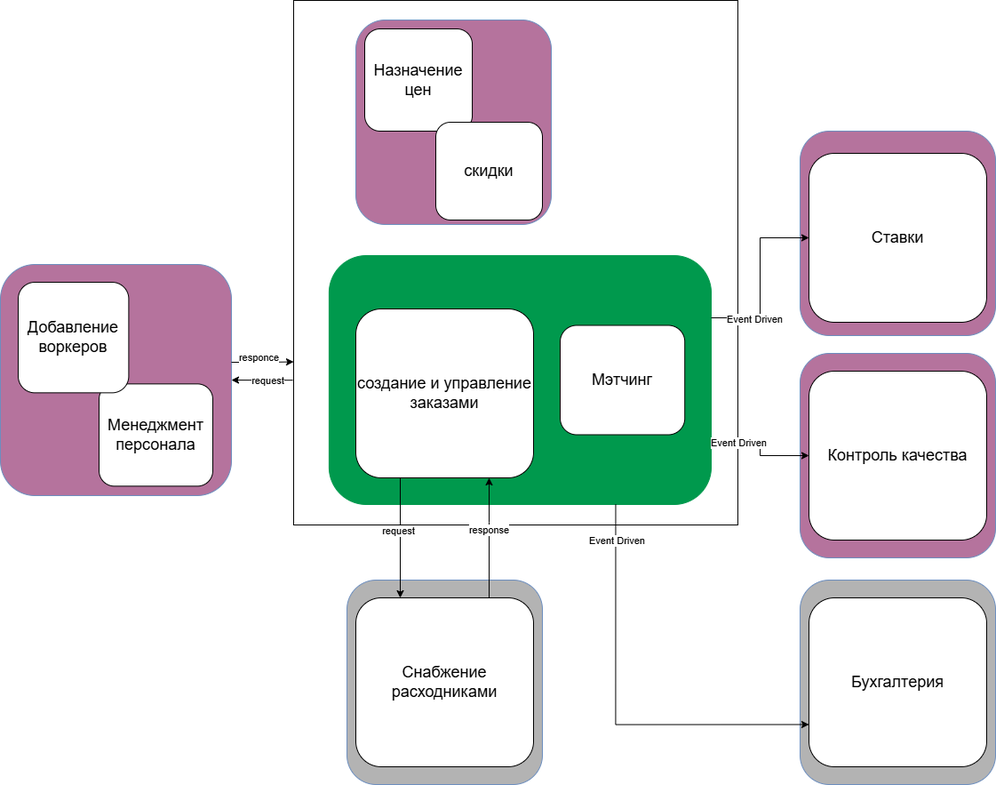
AATarasova/system-analyze keeps this draw.io diagram as homework_4/attachments/hw-0.png. Above is the earlier version. Source tidied: cells renumbered, new cells last; positions are measured from the earlier drawing's top-left corner, leaving out a move shared by most shapes.
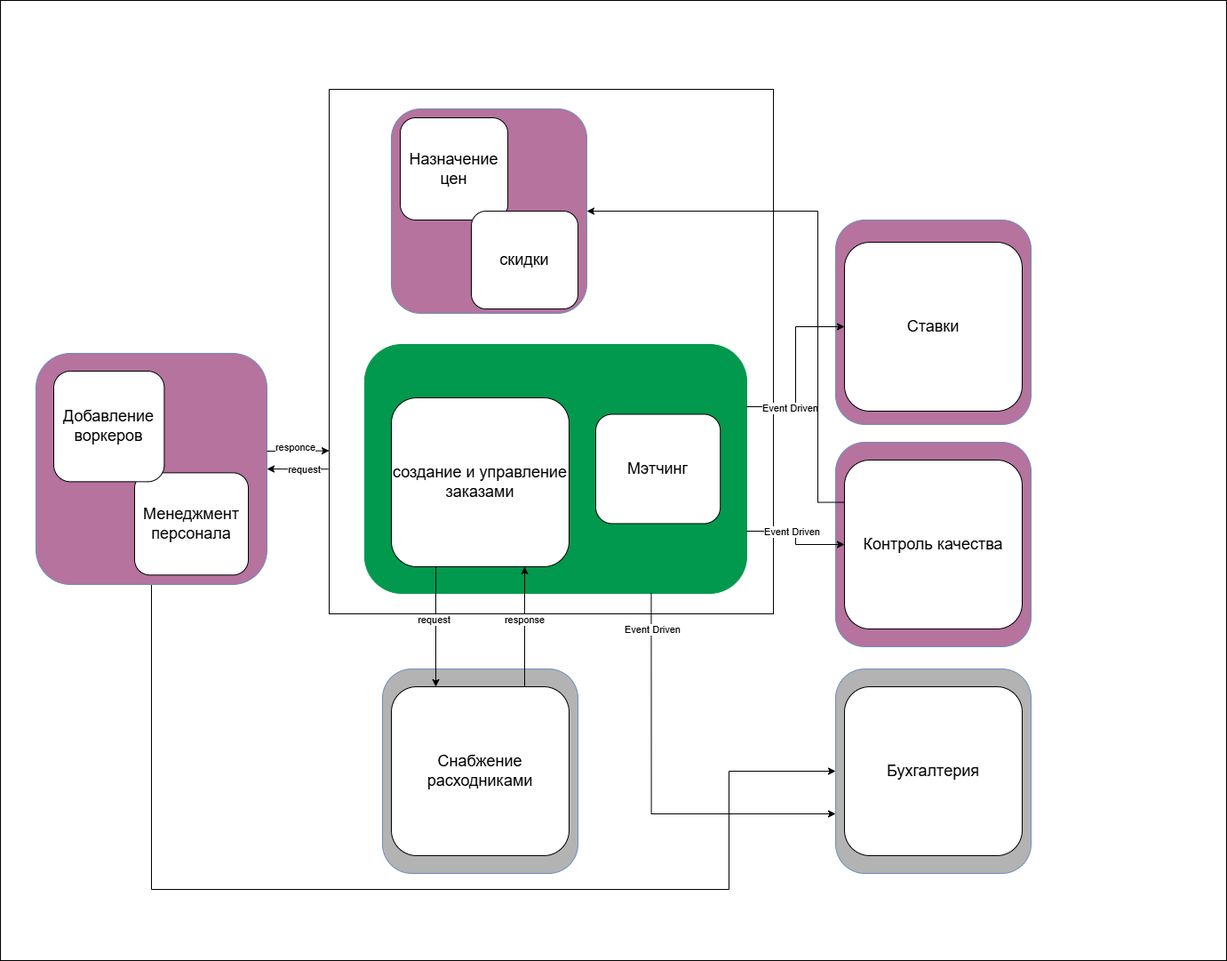
The same diagram one commit later.

What changed in the source:
```diff
@@ -2,118 +2,139 @@
   <root>
     <mxCell id="0" />
     <mxCell id="1" parent="0" />
-    <mxCell id="2" style="edgeStyle=orthogonalEdgeStyle;rounded=0;jettySize=auto;html=1;exitX=-0.002;exitY=0.724;exitDx=0;exitDy=0;exitPerimeter=0;" parent="1" edge="1" source="4" target="5">
-      <mxGeometry relative="1" as="geometry" />
+    <mxCell id="2" style="rounded=0;whiteSpace=wrap;html=1;" parent="1" vertex="1">
+      <mxGeometry x="-1730" y="1147" width="1380" height="1080" as="geometry" />
     </mxCell>
-    <mxCell id="3" value="request" style="edgeLabel;html=1;align=center;verticalAlign=middle;" parent="2" vertex="1">
-      <mxGeometry x="0.11" y="1" relative="1" as="geometry">
-        <mxPoint x="10" y="-1" as="offset" />
-      </mxGeometry>
+    <mxCell id="3" style="edgeStyle=orthogonalEdgeStyle;rounded=0;jettySize=auto;html=1;exitX=-0.002;exitY=0.724;exitDx=0;exitDy=0;exitPerimeter=0;" parent="1" edge="1" source="5" target="7">
+      <mxGeometry relative="1" as="geometry" />
     </mxCell>
-    <mxCell id="4" style="rounded=0;whiteSpace=wrap;html=1;" parent="1" vertex="1">
-      <mxGeometry x="330" width="500" height="590" as="geometry" />
+    <mxCell id="4" value="request" style="edgeLabel;html=1;align=center;verticalAlign=middle;points=[];" parent="3" vertex="1">
+      <mxGeometry x="0.11" y="1" relative="1" as="geometry">
+        <mxPoint x="10" y="-1" as="offset" />
+      </mxGeometry>
     </mxCell>
-    <mxCell id="5" style="rounded=1;whiteSpace=wrap;html=1;fillColor=#B5739D;strokeColor=#6c8ebf;" parent="1" vertex="1">
-      <mxGeometry y="297" width="260" height="260" as="geometry" />
+    <mxCell id="5" style="rounded=0;whiteSpace=wrap;html=1;" parent="1" vertex="1">
+      <mxGeometry x="-1360" y="1247" width="500" height="590" as="geometry" />
     </mxCell>
-    <mxCell id="6" style="rounded=1;whiteSpace=wrap;html=1;fillColor=#B5739D;strokeColor=#6c8ebf;" parent="1" vertex="1">
-      <mxGeometry x="900" y="397" width="220" height="230" as="geometry" />
+    <mxCell id="6" style="edgeStyle=orthogonalEdgeStyle;rounded=0;jettySize=auto;html=1;entryX=0;entryY=0.5;entryDx=0;entryDy=0;" parent="1" edge="1" source="7" target="11">
+      <mxGeometry relative="1" as="geometry">
+        <Array as="points">
+          <mxPoint x="-1560" y="2147" />
+          <mxPoint x="-910" y="2147" />
+          <mxPoint x="-910" y="2014" />
+        </Array>
+      </mxGeometry>
     </mxCell>
     <mxCell id="7" style="rounded=1;whiteSpace=wrap;html=1;fillColor=#B5739D;strokeColor=#6c8ebf;" parent="1" vertex="1">
-      <mxGeometry x="900" y="147" width="220" height="230" as="geometry" />
+      <mxGeometry x="-1690" y="1544" width="260" height="260" as="geometry" />
     </mxCell>
-    <mxCell id="8" style="rounded=1;whiteSpace=wrap;html=1;fillColor=#B3B3B3;strokeColor=#6c8ebf;" parent="1" vertex="1">
-      <mxGeometry x="390" y="652" width="220" height="230" as="geometry" />
+    <mxCell id="8" style="rounded=1;whiteSpace=wrap;html=1;fillColor=#B5739D;strokeColor=#6c8ebf;" parent="1" vertex="1">
+      <mxGeometry x="-790" y="1644" width="220" height="230" as="geometry" />
     </mxCell>
-    <mxCell id="9" style="rounded=1;whiteSpace=wrap;html=1;fillColor=#B3B3B3;strokeColor=#6c8ebf;" parent="1" vertex="1">
-      <mxGeometry x="900" y="652" width="220" height="230" as="geometry" />
+    <mxCell id="9" style="rounded=1;whiteSpace=wrap;html=1;fillColor=#B5739D;strokeColor=#6c8ebf;" parent="1" vertex="1">
+      <mxGeometry x="-790" y="1394" width="220" height="230" as="geometry" />
     </mxCell>
-    <mxCell id="10" style="rounded=1;whiteSpace=wrap;html=1;fillColor=#00994D;strokeColor=#00994D;labelBackgroundColor=none;" parent="1" vertex="1">
-      <mxGeometry x="369.9" y="287" width="430.1" height="280" as="geometry" />
+    <mxCell id="10" style="rounded=1;whiteSpace=wrap;html=1;fillColor=#B3B3B3;strokeColor=#6c8ebf;" parent="1" vertex="1">
+      <mxGeometry x="-1300" y="1899" width="220" height="230" as="geometry" />
     </mxCell>
-    <mxCell id="11" style="edgeStyle=orthogonalEdgeStyle;rounded=0;jettySize=auto;html=1;entryX=0;entryY=0.689;entryDx=0;entryDy=0;exitX=1;exitY=0.423;exitDx=0;exitDy=0;exitPerimeter=0;entryPerimeter=0;" parent="1" edge="1" source="5" target="4">
-      <mxGeometry relative="1" as="geometry" />
+    <mxCell id="11" style="rounded=1;whiteSpace=wrap;html=1;fillColor=#B3B3B3;strokeColor=#6c8ebf;" parent="1" vertex="1">
+      <mxGeometry x="-790" y="1899" width="220" height="230" as="geometry" />
     </mxCell>
-    <mxCell id="12" value="responce" style="edgeLabel;html=1;align=center;verticalAlign=middle;points=[];" parent="11" vertex="1">
-      <mxGeometry x="0.02" y="-1" relative="1" as="geometry">
-        <mxPoint x="-5" y="-6" as="offset" />
-      </mxGeometry>
+    <mxCell id="12" style="rounded=1;whiteSpace=wrap;html=1;fillColor=#00994D;strokeColor=#00994D;labelBackgroundColor=none;" parent="1" vertex="1">
+      <mxGeometry x="-1320.1" y="1534" width="430.1" height="280" as="geometry" />
     </mxCell>
-    <mxCell id="13" value="&lt;span style=&quot;font-size: 18px;&quot;&gt;Менеджмент персонала&lt;/span&gt;" style="rounded=1;whiteSpace=wrap;html=1;" parent="1" vertex="1">
-      <mxGeometry x="111" y="431.3" width="128" height="115" as="geometry" />
+    <mxCell id="13" style="edgeStyle=orthogonalEdgeStyle;rounded=0;jettySize=auto;html=1;entryX=0;entryY=0.689;entryDx=0;entryDy=0;exitX=1;exitY=0.423;exitDx=0;exitDy=0;exitPerimeter=0;entryPerimeter=0;" parent="1" edge="1" source="7" target="5">
+      <mxGeometry relative="1" as="geometry" />
     </mxCell>
-    <mxCell id="14" style="edgeStyle=orthogonalEdgeStyle;rounded=0;jettySize=auto;html=1;exitX=0.25;exitY=1;exitDx=0;exitDy=0;entryX=0.25;entryY=0;entryDx=0;entryDy=0;" parent="1" edge="1" source="22" target="25">
-      <mxGeometry relative="1" as="geometry" />
+    <mxCell id="14" value="responce" style="edgeLabel;html=1;align=center;verticalAlign=middle;" parent="13" vertex="1">
+      <mxGeometry x="0.02" y="-1" relative="1" as="geometry">
+        <mxPoint x="-5" y="-6" as="offset" />
+      </mxGeometry>
     </mxCell>
-    <mxCell id="15" value="request" style="edgeLabel;html=1;align=center;verticalAlign=middle;" parent="14" vertex="1">
-      <mxGeometry x="-0.12" y="-3" relative="1" as="geometry">
-        <mxPoint y="-1" as="offset" />
-      </mxGeometry>
+    <mxCell id="15" value="&lt;span style=&quot;font-size: 18px;&quot;&gt;Менеджмент персонала&lt;/span&gt;" style="rounded=1;whiteSpace=wrap;html=1;" parent="1" vertex="1">
+      <mxGeometry x="-1579" y="1678.4" width="128" height="115" as="geometry" />
     </mxCell>
-    <mxCell id="16" style="edgeStyle=orthogonalEdgeStyle;rounded=0;jettySize=auto;html=1;exitX=1;exitY=0.75;exitDx=0;exitDy=0;" parent="1" edge="1" source="10" target="27">
+    <mxCell id="16" style="edgeStyle=orthogonalEdgeStyle;rounded=0;jettySize=auto;html=1;exitX=0.25;exitY=1;exitDx=0;exitDy=0;entryX=0.25;entryY=0;entryDx=0;entryDy=0;" parent="1" edge="1" source="24" target="27">
       <mxGeometry relative="1" as="geometry" />
     </mxCell>
-    <mxCell id="17" value="Event Driven" style="edgeLabel;html=1;align=center;verticalAlign=middle;" parent="16" vertex="1">
-      <mxGeometry x="-0.37" y="2" relative="1" as="geometry">
-        <mxPoint x="-10" y="2" as="offset" />
+    <mxCell id="17" value="request" style="edgeLabel;html=1;align=center;verticalAlign=middle;" parent="16" vertex="1">
+      <mxGeometry x="-0.12" y="-3" relative="1" as="geometry">
+        <mxPoint y="-1" as="offset" />
       </mxGeometry>
     </mxCell>
-    <mxCell id="18" style="edgeStyle=orthogonalEdgeStyle;rounded=0;jettySize=auto;html=1;exitX=1;exitY=0.25;exitDx=0;exitDy=0;" parent="1" edge="1" source="10" target="26">
+    <mxCell id="18" style="edgeStyle=orthogonalEdgeStyle;rounded=0;jettySize=auto;html=1;exitX=1;exitY=0.75;exitDx=0;exitDy=0;" parent="1" edge="1" source="12" target="30">
       <mxGeometry relative="1" as="geometry" />
     </mxCell>
     <mxCell id="19" value="Event Driven" style="edgeLabel;html=1;align=center;verticalAlign=middle;" parent="18" vertex="1">
-      <mxGeometry x="-0.51" y="-1" relative="1" as="geometry" />
+      <mxGeometry x="-0.37" y="2" relative="1" as="geometry">
+        <mxPoint x="10" y="2" as="offset" />
+      </mxGeometry>
     </mxCell>
-    <mxCell id="20" style="edgeStyle=orthogonalEdgeStyle;rounded=0;jettySize=auto;html=1;exitX=0.75;exitY=1;exitDx=0;exitDy=0;entryX=0;entryY=0.75;entryDx=0;entryDy=0;" parent="1" edge="1" source="10" target="28">
-      <mxGeometry relative="1" as="geometry">
-        <Array as="points">
-          <mxPoint x="692" y="815" />
-        </Array>
-      </mxGeometry>
+    <mxCell id="20" style="edgeStyle=orthogonalEdgeStyle;rounded=0;jettySize=auto;html=1;exitX=1;exitY=0.25;exitDx=0;exitDy=0;" parent="1" edge="1" source="12" target="28">
+      <mxGeometry relative="1" as="geometry" />
     </mxCell>
     <mxCell id="21" value="Event Driven" style="edgeLabel;html=1;align=center;verticalAlign=middle;" parent="20" vertex="1">
-      <mxGeometry x="-0.83" y="1" relative="1" as="geometry" />
+      <mxGeometry x="-0.51" y="-1" relative="1" as="geometry" />
     </mxCell>
-    <mxCell id="22" value="&lt;span style=&quot;font-size: 18px;&quot;&gt;создание и управление заказами&lt;/span&gt;" style="rounded=1;whiteSpace=wrap;html=1;" parent="1" vertex="1">
-      <mxGeometry x="400" y="347" width="200" height="190" as="geometry" />
+    <mxCell id="22" style="edgeStyle=orthogonalEdgeStyle;rounded=0;jettySize=auto;html=1;exitX=0.75;exitY=1;exitDx=0;exitDy=0;" parent="1" edge="1" source="12">
+      <mxGeometry relative="1" as="geometry">
+        <mxPoint x="-790" y="2062" as="targetPoint" />
+        <Array as="points">
+          <mxPoint x="-998" y="2062" />
+        </Array>
+      </mxGeometry>
     </mxCell>
-    <mxCell id="23" style="edgeStyle=orthogonalEdgeStyle;rounded=0;jettySize=auto;html=1;exitX=0.75;exitY=0;exitDx=0;exitDy=0;entryX=0.75;entryY=1;entryDx=0;entryDy=0;" parent="1" edge="1" source="25" target="22">
-      <mxGeometry relative="1" as="geometry">
-        <Array as="points">
-          <mxPoint x="550" y="587" />
-          <mxPoint x="550" y="587" />
-        </Array>
-      </mxGeometry>
+    <mxCell id="23" value="Event Driven" style="edgeLabel;html=1;align=center;verticalAlign=middle;" parent="22" vertex="1">
+      <mxGeometry x="-0.83" y="1" relative="1" as="geometry" />
     </mxCell>
-    <mxCell id="24" value="response" style="edgeLabel;html=1;align=center;verticalAlign=middle;points=[];" parent="23" vertex="1">
-      <mxGeometry x="0.13" y="1" relative="1" as="geometry" />
+    <mxCell id="24" value="&lt;span style=&quot;font-size: 18px;&quot;&gt;создание и управление заказами&lt;/span&gt;" style="rounded=1;whiteSpace=wrap;html=1;" parent="1" vertex="1">
+      <mxGeometry x="-1290" y="1594" width="200" height="190" as="geometry" />
     </mxCell>
-    <mxCell id="25" value="&lt;span style=&quot;font-size: 18px;&quot;&gt;Снабжение расходниками&lt;/span&gt;" style="rounded=1;whiteSpace=wrap;html=1;" parent="1" vertex="1">
-      <mxGeometry x="400" y="672" width="200" height="190" as="geometry" />
+    <mxCell id="25" style="edgeStyle=orthogonalEdgeStyle;rounded=0;jettySize=auto;html=1;exitX=0.75;exitY=0;exitDx=0;exitDy=0;entryX=0.75;entryY=1;entryDx=0;entryDy=0;" parent="1" edge="1" source="27" target="24">
+      <mxGeometry relative="1" as="geometry">
+        <Array as="points">
+          <mxPoint x="-1140" y="1834" />
+          <mxPoint x="-1140" y="1834" />
+        </Array>
+      </mxGeometry>
     </mxCell>
-    <mxCell id="26" value="&lt;span style=&quot;font-size: 18px;&quot;&gt;Ставки&lt;/span&gt;" style="rounded=1;whiteSpace=wrap;html=1;" parent="1" vertex="1">
-      <mxGeometry x="910" y="172" width="200" height="190" as="geometry" />
+    <mxCell id="26" value="response" style="edgeLabel;html=1;align=center;verticalAlign=middle;points=[];" parent="25" vertex="1">
+      <mxGeometry x="0.13" y="1" relative="1" as="geometry" />
     </mxCell>
-    <mxCell id="27" value="&lt;span style=&quot;font-size: 18px;&quot;&gt;Контроль качества&lt;/span&gt;" style="rounded=1;whiteSpace=wrap;html=1;" parent="1" vertex="1">
-      <mxGeometry x="910" y="417" width="200" height="190" as="geometry" />
+    <mxCell id="27" value="&lt;span style=&quot;font-size: 18px;&quot;&gt;Снабжение расходниками&lt;/span&gt;" style="rounded=1;whiteSpace=wrap;html=1;" parent="1" vertex="1">
+      <mxGeometry x="-1290" y="1919" width="200" height="190" as="geometry" />
     </mxCell>
-    <mxCell id="28" value="&lt;span style=&quot;font-size: 18px;&quot;&gt;Бухгалтерия&lt;/span&gt;" style="rounded=1;whiteSpace=wrap;html=1;" parent="1" vertex="1">
-      <mxGeometry x="910" y="672" width="200" height="190" as="geometry" />
+    <mxCell id="28" value="&lt;span style=&quot;font-size: 18px;&quot;&gt;Ставки&lt;/span&gt;" style="rounded=1;whiteSpace=wrap;html=1;" parent="1" vertex="1">
+      <mxGeometry x="-780" y="1419" width="200" height="190" as="geometry" />
     </mxCell>
-    <mxCell id="29" style="rounded=1;whiteSpace=wrap;html=1;fillColor=#B5739D;strokeColor=#6c8ebf;" parent="1" vertex="1">
-      <mxGeometry x="400" y="22" width="220" height="230" as="geometry" />
+    <mxCell id="29" style="edgeStyle=orthogonalEdgeStyle;rounded=0;jettySize=auto;html=1;exitX=0;exitY=0.25;exitDx=0;exitDy=0;entryX=1;entryY=0.5;entryDx=0;entryDy=0;" parent="1" edge="1" source="30" target="32">
+      <mxGeometry relative="1" as="geometry">
+        <Array as="points">
+          <mxPoint x="-810" y="1711" />
+          <mxPoint x="-810" y="1384" />
+        </Array>
+      </mxGeometry>
     </mxCell>
-    <mxCell id="30" value="&lt;span style=&quot;font-size: 18px;&quot;&gt;Назначение цен&lt;/span&gt;" style="rounded=1;whiteSpace=wrap;html=1;" parent="1" vertex="1">
-      <mxGeometry x="410" y="32" width="121" height="115" as="geometry" />
+    <mxCell id="30" value="&lt;span style=&quot;font-size: 18px;&quot;&gt;Контроль качества&lt;/span&gt;" style="rounded=1;whiteSpace=wrap;html=1;" parent="1" vertex="1">
+      <mxGeometry x="-780" y="1664" width="200" height="190" as="geometry" />
     </mxCell>
-    <mxCell id="31" value="&lt;span style=&quot;font-size: 18px;&quot;&gt;скидки&lt;/span&gt;" style="rounded=1;whiteSpace=wrap;html=1;" parent="1" vertex="1">
-      <mxGeometry x="490" y="137" width="120" height="110" as="geometry" />
+    <mxCell id="31" value="&lt;span style=&quot;font-size: 18px;&quot;&gt;Бухгалтерия&lt;/span&gt;" style="rounded=1;whiteSpace=wrap;html=1;" parent="1" vertex="1">
+      <mxGeometry x="-780" y="1919" width="200" height="190" as="geometry" />
     </mxCell>
-    <mxCell id="32" value="&lt;span style=&quot;font-size: 18px;&quot;&gt;Добавление воркеров&lt;/span&gt;" style="rounded=1;whiteSpace=wrap;html=1;" parent="1" vertex="1">
-      <mxGeometry x="20" y="317" width="124.4" height="124.3" as="geometry" />
+    <mxCell id="32" style="rounded=1;whiteSpace=wrap;html=1;fillColor=#B5739D;strokeColor=#6c8ebf;" parent="1" vertex="1">
+      <mxGeometry x="-1290" y="1269" width="220" height="230" as="geometry" />
     </mxCell>
-    <mxCell id="33" value="&lt;span style=&quot;font-size: 18px;&quot;&gt;Мэтчинг&lt;/span&gt;" style="rounded=1;whiteSpace=wrap;html=1;" parent="1" vertex="1">
-      <mxGeometry x="630" y="365.5" width="140.2" height="123" as="geometry" />
+    <mxCell id="33" value="&lt;span style=&quot;font-size: 18px;&quot;&gt;Назначение цен&lt;/span&gt;" style="rounded=1;whiteSpace=wrap;html=1;" parent="1" vertex="1">
+      <mxGeometry x="-1280" y="1279" width="121" height="115" as="geometry" />
     </mxCell>
+    <mxCell id="34" value="&lt;span style=&quot;font-size: 18px;&quot;&gt;скидки&lt;/span&gt;" style="rounded=1;whiteSpace=wrap;html=1;" parent="1" vertex="1">
+      <mxGeometry x="-1200" y="1384" width="120" height="110" as="geometry" />
+    </mxCell>
+    <mxCell id="35" value="&lt;span style=&quot;font-size: 18px;&quot;&gt;Добавление воркеров&lt;/span&gt;" style="rounded=1;whiteSpace=wrap;html=1;" parent="1" vertex="1">
+      <mxGeometry x="-1670" y="1564" width="124.4" height="124.3" as="geometry" />
+    </mxCell>
+    <mxCell id="36" value="&lt;span style=&quot;font-size: 18px;&quot;&gt;Мэтчинг&lt;/span&gt;" style="rounded=1;whiteSpace=wrap;html=1;" parent="1" vertex="1">
+      <mxGeometry x="-1060" y="1612.5" width="140.2" height="123" as="geometry" />
+    </mxCell>
   </root>
 </mxGraphModel>
```
